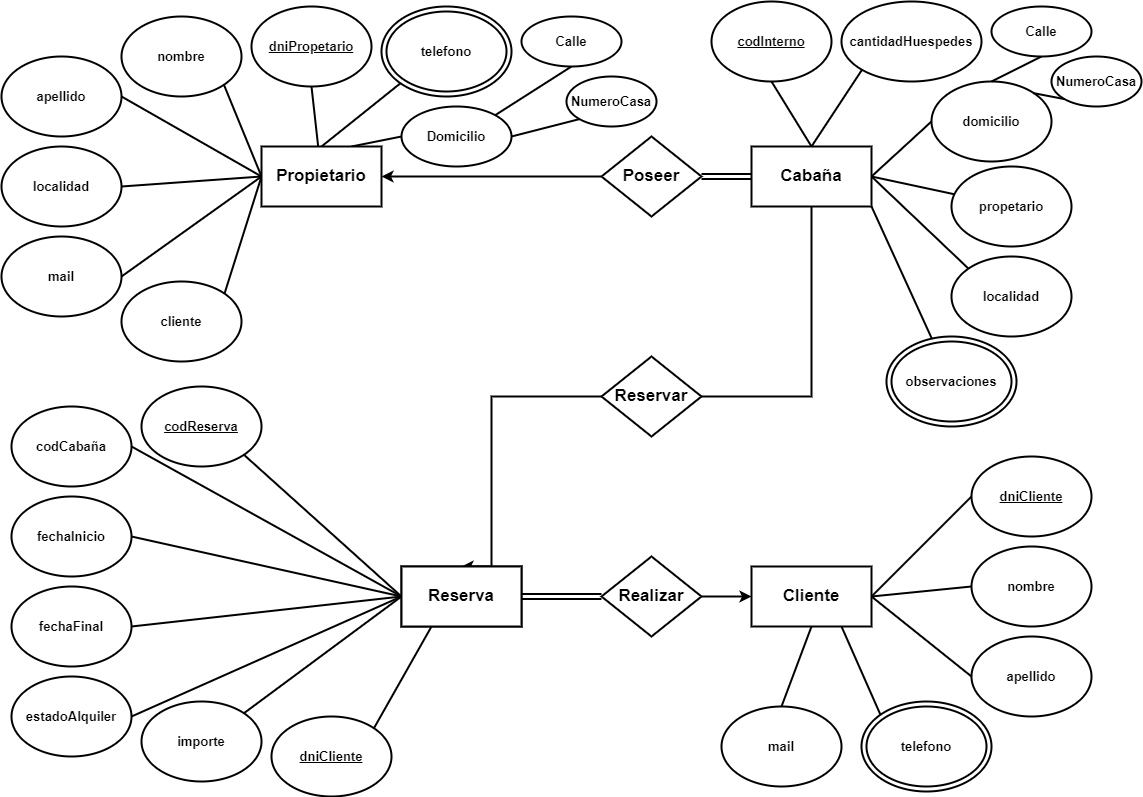
This is TP/DiagramaCabañas.drawio.png from Jvr004/BasesDeDatos, a draw.io export, as it was before one commit. Source tidied: cells renumbered, new cells last; positions are measured from the earlier drawing's top-left corner, leaving out a move shared by most shapes.
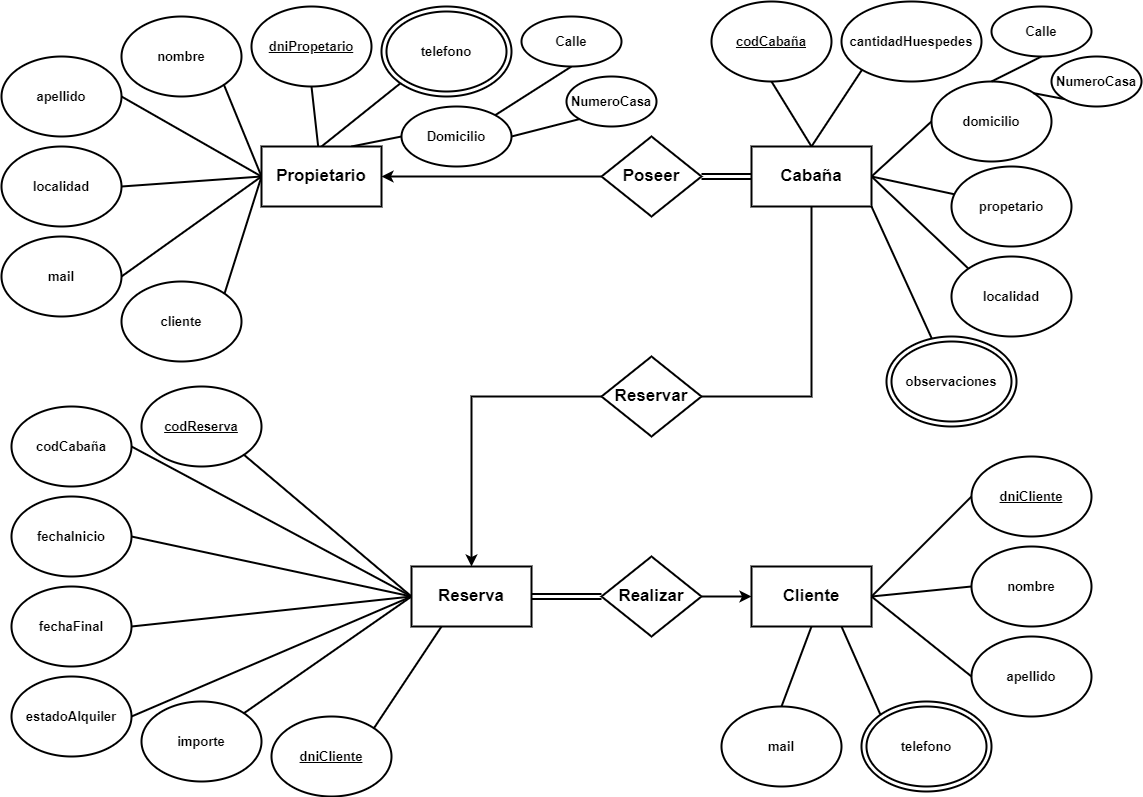
Later version of the same file.

Diff of the diagram source:
```diff
@@ -38,9 +38,6 @@
     <mxCell id="13" value="estadoAlquiler" style="ellipse;whiteSpace=wrap;html=1;fontSize=13;fontStyle=1;strokeWidth=2;" parent="1" vertex="1">
       <mxGeometry x="10" y="675" width="120" height="80" as="geometry" />
     </mxCell>
-    <mxCell id="14" value="Reserva" style="rounded=0;whiteSpace=wrap;html=1;fontSize=13;fontStyle=1;strokeWidth=2;" parent="1" vertex="1">
-      <mxGeometry x="400" y="565" width="120" height="60" as="geometry" />
-    </mxCell>
     <mxCell id="15" value="cantidadHuespedes" style="ellipse;whiteSpace=wrap;html=1;fontSize=13;fontStyle=1;strokeWidth=2;" parent="1" vertex="1">
       <mxGeometry x="840" width="140" height="80" as="geometry" />
     </mxCell>
@@ -53,7 +50,7 @@
     <mxCell id="18" value="localidad" style="ellipse;whiteSpace=wrap;html=1;fontSize=13;fontStyle=1;strokeWidth=2;" parent="1" vertex="1">
       <mxGeometry x="950" y="255" width="120" height="80" as="geometry" />
     </mxCell>
-    <mxCell id="19" value="codInterno" style="ellipse;whiteSpace=wrap;html=1;fontStyle=5;fontSize=13;strokeWidth=2;" parent="1" vertex="1">
+    <mxCell id="19" value="codCabaña" style="ellipse;whiteSpace=wrap;html=1;fontStyle=5;fontSize=13;strokeWidth=2;" parent="1" vertex="1">
       <mxGeometry x="710" width="120" height="80" as="geometry" />
     </mxCell>
     <mxCell id="20" value="dniCliente" style="ellipse;whiteSpace=wrap;html=1;fontStyle=5;fontSize=13;strokeWidth=2;" parent="1" vertex="1">
@@ -74,13 +71,11 @@
     <mxCell id="25" style="endArrow=none;html=1;rounded=0;entryX=0;entryY=0.5;entryDx=0;entryDy=0;exitX=1;exitY=1;exitDx=0;exitDy=0;fontSize=13;fontStyle=1;strokeWidth=2;" parent="1" edge="1" source="7" target="78">
       <mxGeometry relative="1" as="geometry" />
     </mxCell>
-    <mxCell id="26" style="endArrow=none;html=1;rounded=0;entryX=0;entryY=0.5;entryDx=0;entryDy=0;exitX=1;exitY=0.5;exitDx=0;exitDy=0;fontSize=13;fontStyle=1;strokeWidth=2;" parent="1" edge="1" source="8" target="14">
+    <mxCell id="26" style="endArrow=none;html=1;rounded=0;entryX=0;entryY=0.5;entryDx=0;entryDy=0;exitX=1;exitY=0.5;exitDx=0;exitDy=0;fontSize=13;fontStyle=1;strokeWidth=2;" parent="1" edge="1" source="8" target="78">
       <mxGeometry relative="1" as="geometry" />
     </mxCell>
-    <mxCell id="27" style="endArrow=none;html=1;rounded=0;exitX=1;exitY=0.5;exitDx=0;exitDy=0;fontSize=13;fontStyle=1;strokeWidth=2;" parent="1" edge="1" source="9">
-      <mxGeometry relative="1" as="geometry">
-        <mxPoint x="400" y="595" as="targetPoint" />
-      </mxGeometry>
+    <mxCell id="27" style="endArrow=none;html=1;rounded=0;exitX=1;exitY=0.5;exitDx=0;exitDy=0;fontSize=13;fontStyle=1;strokeWidth=2;entryX=0;entryY=0.5;entryDx=0;entryDy=0;" parent="1" edge="1" source="9" target="78">
+      <mxGeometry relative="1" as="geometry" />
     </mxCell>
     <mxCell id="28" style="endArrow=none;html=1;rounded=0;entryX=0;entryY=0.5;entryDx=0;entryDy=0;exitX=1;exitY=0.5;exitDx=0;exitDy=0;fontSize=13;fontStyle=1;strokeWidth=2;" parent="1" edge="1" source="11" target="78">
       <mxGeometry relative="1" as="geometry" />
@@ -158,14 +153,15 @@
         </Array>
       </mxGeometry>
     </mxCell>
-    <mxCell id="52" style="endArrow=classic;html=1;rounded=0;exitX=0;exitY=0.5;exitDx=0;exitDy=0;edgeStyle=elbowEdgeStyle;entryX=0.5;entryY=0;entryDx=0;entryDy=0;fontSize=13;fontStyle=1;strokeWidth=2;" parent="1" edge="1" source="76" target="14">
+    <mxCell id="52" style="endArrow=classic;html=1;rounded=0;exitX=0;exitY=0.5;exitDx=0;exitDy=0;edgeStyle=elbowEdgeStyle;fontSize=13;fontStyle=1;strokeWidth=2;entryX=0.5;entryY=0;entryDx=0;entryDy=0;" parent="1" edge="1" source="76" target="78">
       <mxGeometry relative="1" as="geometry">
         <Array as="points">
+          <mxPoint x="470" y="515" />
           <mxPoint x="490" y="525" />
         </Array>
       </mxGeometry>
     </mxCell>
-    <mxCell id="53" style="endArrow=block;html=1;rounded=0;exitX=1;exitY=0.5;exitDx=0;exitDy=0;entryX=0;entryY=0.5;entryDx=0;entryDy=0;shape=link;fillColor=none;strokeWidth=2;targetPerimeterSpacing=0;sourcePerimeterSpacing=0;endWidth=8.8;fontSize=13;fontStyle=1;" parent="1" edge="1" source="14" target="79">
+    <mxCell id="53" style="endArrow=block;html=1;rounded=0;entryX=0;entryY=0.5;entryDx=0;entryDy=0;shape=link;fillColor=none;strokeWidth=2;targetPerimeterSpacing=0;sourcePerimeterSpacing=0;endWidth=8.8;fontSize=13;fontStyle=1;exitX=1;exitY=0.5;exitDx=0;exitDy=0;" parent="1" edge="1" source="78" target="79">
       <mxGeometry relative="1" as="geometry" />
     </mxCell>
     <mxCell id="54" style="endArrow=classic;html=1;rounded=0;entryX=0;entryY=0.5;entryDx=0;entryDy=0;exitX=1;exitY=0.5;exitDx=0;exitDy=0;fontSize=13;fontStyle=1;strokeWidth=2;" parent="1" edge="1" source="79" target="24">
@@ -241,7 +237,7 @@
       <mxGeometry x="600" y="135" width="100" height="80" as="geometry" />
     </mxCell>
     <mxCell id="78" value="Reserva" style="rounded=0;whiteSpace=wrap;html=1;fontSize=17;fontStyle=1;strokeWidth=2;" parent="1" vertex="1">
-      <mxGeometry x="400" y="565" width="120" height="60" as="geometry" />
+      <mxGeometry x="410" y="565" width="120" height="60" as="geometry" />
     </mxCell>
     <mxCell id="79" value="Realizar" style="rhombus;whiteSpace=wrap;html=1;fontSize=17;fontStyle=1;strokeWidth=2;" parent="1" vertex="1">
       <mxGeometry x="600" y="555" width="100" height="80" as="geometry" />
```
